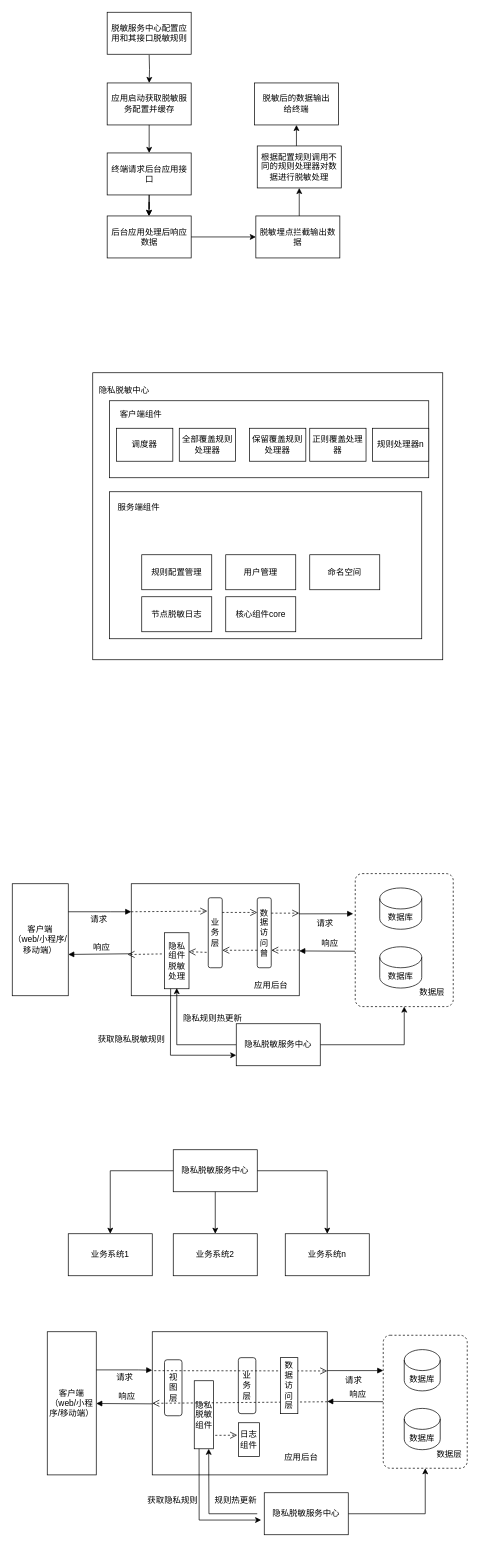
The draw.io diagram Untitled Diagram.drawio in chordcreater/chordcreater.github.io, before the edit. Source tidied: cells renumbered, new cells numbered last; positions are measured from the earlier drawing's top-left corner, leaving out a move shared by most shapes. Both pictures are drawn from the tidied source at 70%, with x=0, y=0 at pixel (12, 12).
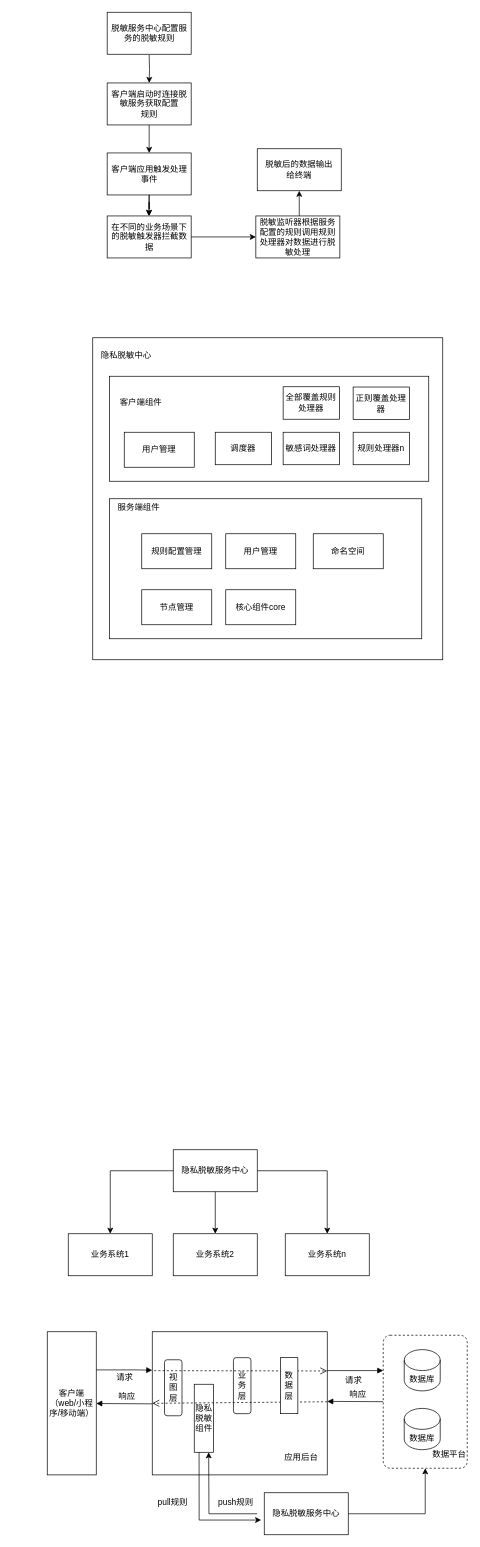
After the change.

Unchanged cells that the change refers to:
```xml
<mxCell id="82" style="group;" parent="1" vertex="1">
  <mxGeometry x="530" y="1890" width="120" height="190" as="geometry" />
</mxCell>
<mxCell id="87" style="endArrow=classic;html=1;rounded=0;fontFamily=Helvetica;fontSize=12;fontColor=default;entryX=-0.037;entryY=0.65;entryDx=0;entryDy=0;entryPerimeter=0;exitX=0.25;exitY=1;exitDx=0;exitDy=0;" parent="1" edge="1" source="4" target="93">
  <mxGeometry relative="1" as="geometry">
    <Array as="points">
      <mxPoint x="267" y="2154" />
    </Array>
  </mxGeometry>
</mxCell>
<mxCell id="91" style="endArrow=classic;html=1;rounded=0;fontFamily=Helvetica;fontSize=12;fontColor=default;entryX=0.75;entryY=1;entryDx=0;entryDy=0;" parent="1" edge="1" target="4">
  <mxGeometry relative="1" as="geometry">
    <mxPoint x="350" y="2145" as="sourcePoint" />
    <Array as="points">
      <mxPoint x="281" y="2145" />
    </Array>
  </mxGeometry>
</mxCell>
```

What changed in the source:
```diff
@@
     <mxCell id="4" value="隐私脱敏&lt;br style=&quot;border-color: var(--border-color);&quot;&gt;&lt;span style=&quot;border-color: var(--border-color);&quot;&gt;组件&lt;/span&gt;" style="rounded=0;whiteSpace=wrap;html=1;strokeColor=default;fontFamily=Helvetica;fontSize=12;fontColor=default;fillColor=default;" parent="1" vertex="1">
-      <mxGeometry x="260" y="1955" width="27.5" height="97.2" as="geometry" />
+      <mxGeometry x="260" y="1960" width="27.5" height="97.2" as="geometry" />
     </mxCell>
-    <mxCell id="5" style="rounded=0;whiteSpace=wrap;html=1;strokeColor=default;fontFamily=Helvetica;fontSize=12;fontColor=default;fillColor=default;" parent="1" vertex="1">
-      <mxGeometry x="170" y="1245" width="240" height="160" as="geometry" />
-    </mxCell>
     <mxCell id="6" style="rounded=0;whiteSpace=wrap;html=1;" parent="1" vertex="1">
-      <mxGeometry x="115" y="515" width="500" height="410" as="geometry" />
+      <mxGeometry x="115" y="465" width="500" height="460" as="geometry" />
     </mxCell>
-    <mxCell id="7" value="应用启动获取脱敏服务配置并缓存" style="rounded=0;whiteSpace=wrap;html=1;" parent="1" vertex="1">
+    <mxCell id="7" value="客户端启动时连接脱敏服务获取配置&lt;br&gt;规则" style="rounded=0;whiteSpace=wrap;html=1;" parent="1" vertex="1">
       <mxGeometry x="135.6" y="101" width="120" height="60" as="geometry" />
     </mxCell>
@@
-    <mxCell id="10" value="终端请求后台应用接口" style="rounded=0;whiteSpace=wrap;html=1;" parent="1" vertex="1">
+    <mxCell id="10" value="客户端应用触发处理事件" style="rounded=0;whiteSpace=wrap;html=1;" parent="1" vertex="1">
       <mxGeometry x="135.6" y="201" width="120" height="60" as="geometry" />
     </mxCell>
-    <mxCell id="11" value="后台应用处理后响应数据" style="rounded=0;whiteSpace=wrap;html=1;" parent="1" vertex="1">
+    <mxCell id="11" value="在不同的业务场景下的脱敏触发器拦截数据" style="rounded=0;whiteSpace=wrap;html=1;" parent="1" vertex="1">
       <mxGeometry x="135.6" y="291" width="120" height="60" as="geometry" />
     </mxCell>
-    <mxCell id="12" value="脱敏埋点拦截输出数据" style="rounded=0;whiteSpace=wrap;html=1;" parent="1" vertex="1">
+    <mxCell id="12" value="脱敏监听器根据服务配置的规则调用规则处理器对数据进行脱敏处理" style="rounded=0;whiteSpace=wrap;html=1;" parent="1" vertex="1">
       <mxGeometry x="348" y="291" width="120" height="60" as="geometry" />
     </mxCell>
-    <mxCell id="13" value="根据配置规则调用不同的规则处理器对数据进行脱敏处理" style="rounded=0;whiteSpace=wrap;html=1;" parent="1" vertex="1">
-      <mxGeometry x="350" y="191" width="120" height="60" as="geometry" />
-    </mxCell>
-    <mxCell id="14" value="脱敏后的数据输出&lt;br&gt;给终端" style="rounded=0;whiteSpace=wrap;html=1;" parent="1" vertex="1">
-      <mxGeometry x="346" y="101" width="120" height="60" as="geometry" />
-    </mxCell>
@@
-    <mxCell id="17" style="endArrow=classic;html=1;rounded=0;" parent="1" edge="1">
+    <mxCell id="17" style="endArrow=classic;html=1;rounded=0;entryX=0.5;entryY=1;entryDx=0;entryDy=0;" parent="1" edge="1" target="14">
       <mxGeometry relative="1" as="geometry">
         <mxPoint x="410" y="291" as="sourcePoint" />
-        <mxPoint x="410" y="251" as="targetPoint" />
       </mxGeometry>
     </mxCell>
-    <mxCell id="18" style="endArrow=classic;html=1;rounded=0;entryX=0.5;entryY=1;entryDx=0;entryDy=0;" parent="1" edge="1" target="14">
-      <mxGeometry relative="1" as="geometry">
-        <mxPoint x="406" y="191" as="sourcePoint" />
-      </mxGeometry>
-    </mxCell>
     <mxCell id="19" style="rounded=0;whiteSpace=wrap;html=1;" parent="1" vertex="1">
-      <mxGeometry x="139" y="685" width="446" height="210" as="geometry" />
+      <mxGeometry x="139" y="695" width="446" height="200" as="geometry" />
     </mxCell>
@@
     <mxCell id="21" style="group;" parent="1" vertex="1">
-      <mxGeometry x="139" y="555" width="456" height="110" as="geometry" />
+      <mxGeometry x="139" y="530" width="456" height="150" as="geometry" />
     </mxCell>
     <mxCell id="22" style="rounded=0;whiteSpace=wrap;html=1;" parent="21" vertex="1">
-      <mxGeometry width="456" height="110" as="geometry" />
+      <mxGeometry y="-10" width="456" height="150" as="geometry" />
     </mxCell>
     <mxCell id="23" value="客户端组件" style="text;html=1;strokeColor=none;fillColor=none;align=center;verticalAlign=middle;whiteSpace=wrap;rounded=0;" parent="21" vertex="1">
-      <mxGeometry x="-10" width="109.6" height="39.3" as="geometry" />
+      <mxGeometry x="-10" width="109.6" height="53.6" as="geometry" />
     </mxCell>
     <mxCell id="24" value="全部覆盖规则处理器" style="rounded=0;whiteSpace=wrap;html=1;" parent="21" vertex="1">
-      <mxGeometry x="99.6" y="39.3" width="80.4" height="47.1" as="geometry" />
+      <mxGeometry x="248" y="5" width="80.4" height="46.4" as="geometry" />
     </mxCell>
-    <mxCell id="25" value="保留覆盖规则处理器" style="rounded=0;whiteSpace=wrap;html=1;" parent="21" vertex="1">
-      <mxGeometry x="200" y="39.3" width="80.4" height="47.1" as="geometry" />
+    <mxCell id="25" value="敏感词处理器" style="rounded=0;whiteSpace=wrap;html=1;" parent="21" vertex="1">
+      <mxGeometry x="248" y="70" width="80.4" height="46.4" as="geometry" />
     </mxCell>
     <mxCell id="26" value="规则处理器n" style="rounded=0;whiteSpace=wrap;html=1;" parent="21" vertex="1">
-      <mxGeometry x="375.6" y="39.3" width="80.4" height="47.1" as="geometry" />
+      <mxGeometry x="348" y="70" width="80.4" height="46.4" as="geometry" />
     </mxCell>
     <mxCell id="27" value="调度器" style="rounded=0;whiteSpace=wrap;html=1;" parent="21" vertex="1">
-      <mxGeometry x="10" y="39.3" width="80.4" height="47.1" as="geometry" />
+      <mxGeometry x="151" y="70" width="80.4" height="46.4" as="geometry" />
     </mxCell>
     <mxCell id="28" value="正则覆盖处理器" style="rounded=0;whiteSpace=wrap;html=1;" parent="21" vertex="1">
-      <mxGeometry x="286" y="39.3" width="80.4" height="47.1" as="geometry" />
+      <mxGeometry x="348" y="5.4" width="80.4" height="46.4" as="geometry" />
     </mxCell>
+    <mxCell id="97" value="用户管理" style="rounded=0;whiteSpace=wrap;html=1;" parent="21" vertex="1">
+      <mxGeometry x="21" y="70" width="100" height="50" as="geometry" />
+    </mxCell>
     <mxCell id="29" value="规则配置管理" style="rounded=0;whiteSpace=wrap;html=1;" parent="1" vertex="1">
-      <mxGeometry x="185" y="775" width="100" height="50" as="geometry" />
+      <mxGeometry x="185" y="745" width="100" height="50" as="geometry" />
     </mxCell>
     <mxCell id="30" value="用户管理" style="rounded=0;whiteSpace=wrap;html=1;" parent="1" vertex="1">
-      <mxGeometry x="305" y="775" width="100" height="50" as="geometry" />
+      <mxGeometry x="305" y="745" width="100" height="50" as="geometry" />
     </mxCell>
     <mxCell id="31" value="命名空间" style="rounded=0;whiteSpace=wrap;html=1;" parent="1" vertex="1">
-      <mxGeometry x="425" y="775" width="100" height="50" as="geometry" />
+      <mxGeometry x="430" y="745" width="100" height="50" as="geometry" />
     </mxCell>
     <mxCell id="32" value="隐私脱敏中心" style="text;html=1;strokeColor=none;fillColor=none;align=center;verticalAlign=middle;whiteSpace=wrap;rounded=0;" parent="1" vertex="1">
-      <mxGeometry x="105" y="515" width="109.6" height="50" as="geometry" />
+      <mxGeometry x="107.9" y="465" width="109.6" height="50" as="geometry" />
     </mxCell>
     <mxCell id="33" value="核心组件core" style="rounded=0;whiteSpace=wrap;html=1;" parent="1" vertex="1">
-      <mxGeometry x="305" y="835" width="100" height="50" as="geometry" />
+      <mxGeometry x="305" y="825" width="100" height="50" as="geometry" />
     </mxCell>
-    <mxCell id="34" value="节点脱敏日志" style="rounded=0;whiteSpace=wrap;html=1;" parent="1" vertex="1">
-      <mxGeometry x="185" y="835" width="100" height="50" as="geometry" />
+    <mxCell id="34" value="节点管理" style="rounded=0;whiteSpace=wrap;html=1;" parent="1" vertex="1">
+      <mxGeometry x="185" y="825" width="100" height="50" as="geometry" />
     </mxCell>
-    <mxCell id="35" value="脱敏服务中心配置应用和其接口脱敏规则" style="rounded=0;whiteSpace=wrap;html=1;" parent="1" vertex="1">
+    <mxCell id="35" value="脱敏服务中心配置服务的脱敏规则" style="rounded=0;whiteSpace=wrap;html=1;" parent="1" vertex="1">
       <mxGeometry x="135.6" width="120" height="60" as="geometry" />
     </mxCell>
@@
-    <mxCell id="37" value="应用后台" style="text;html=1;strokeColor=none;fillColor=none;align=center;verticalAlign=middle;whiteSpace=wrap;rounded=0;fontSize=12;fontFamily=Helvetica;fontColor=default;" parent="1" vertex="1">
-      <mxGeometry x="340" y="1375" width="60" height="30" as="geometry" />
-    </mxCell>
-    <mxCell id="38" style="endArrow=classic;html=1;rounded=0;fontFamily=Helvetica;fontSize=12;fontColor=default;exitX=1;exitY=0.5;exitDx=0;exitDy=0;entryX=0.5;entryY=1;entryDx=0;entryDy=0;" parent="1" edge="1" source="63" target="47">
-      <mxGeometry relative="1" as="geometry">
-        <Array as="points">
-          <mxPoint x="560" y="1475" />
-        </Array>
-      </mxGeometry>
-    </mxCell>
-    <mxCell id="39" value="业务层" style="rounded=1;whiteSpace=wrap;html=1;strokeColor=default;fontFamily=Helvetica;fontSize=12;fontColor=default;fillColor=default;" parent="1" vertex="1">
-      <mxGeometry x="280" y="1265" width="20" height="100" as="geometry" />
-    </mxCell>
-    <mxCell id="40" value="客户端&lt;br&gt;（web/小程序/移动端）" style="rounded=0;whiteSpace=wrap;html=1;strokeColor=default;fontFamily=Helvetica;fontSize=12;fontColor=default;fillColor=default;" parent="1" vertex="1">
-      <mxGeometry y="1245" width="80" height="160" as="geometry" />
-    </mxCell>
-    <mxCell id="41" value="请求" style="html=1;verticalAlign=bottom;labelBackgroundColor=none;endArrow=block;endFill=1;endSize=6;align=left;rounded=0;fontFamily=Helvetica;fontSize=12;fontColor=default;exitX=1;exitY=0.25;exitDx=0;exitDy=0;" parent="1" edge="1" source="40">
-      <mxGeometry x="-0.33" y="-20" relative="1" as="geometry">
-        <mxPoint x="170" y="1285" as="targetPoint" />
-        <Array as="points">
-          <mxPoint x="140" y="1285" />
-        </Array>
-      </mxGeometry>
-    </mxCell>
-    <mxCell id="42" value="请求" style="html=1;verticalAlign=bottom;labelBackgroundColor=none;endArrow=block;endFill=1;endSize=6;align=left;rounded=0;fontFamily=Helvetica;fontSize=12;fontColor=default;entryX=-0.021;entryY=0.302;entryDx=0;entryDy=0;entryPerimeter=0;" parent="1" edge="1" target="47">
-      <mxGeometry x="-0.4" y="-23" relative="1" as="geometry">
-        <mxPoint x="410" y="1288" as="sourcePoint" />
-      </mxGeometry>
-    </mxCell>
-    <mxCell id="43" value="响应" style="html=1;verticalAlign=bottom;labelBackgroundColor=none;endArrow=block;endFill=1;endSize=6;align=left;rounded=0;fontFamily=Helvetica;fontSize=12;fontColor=default;exitX=-0.002;exitY=0.652;exitDx=0;exitDy=0;exitPerimeter=0;" parent="1" edge="1">
-      <mxGeometry x="0.25" y="-1" relative="1" as="geometry">
-        <mxPoint x="489.7" y="1341.4" as="sourcePoint" />
-        <mxPoint x="410" y="1341" as="targetPoint" />
-      </mxGeometry>
-    </mxCell>
-    <mxCell id="44" value="响应" style="html=1;verticalAlign=bottom;labelBackgroundColor=none;endArrow=block;endFill=1;endSize=6;align=left;rounded=0;fontFamily=Helvetica;fontSize=12;fontColor=default;" parent="1" edge="1">
-      <mxGeometry x="0.25" y="-1" relative="1" as="geometry">
-        <mxPoint x="170" y="1345" as="sourcePoint" />
-        <mxPoint x="80" y="1346" as="targetPoint" />
-      </mxGeometry>
-    </mxCell>
-    <mxCell id="45" value="隐私组件脱敏处理" style="rounded=0;whiteSpace=wrap;html=1;strokeColor=default;fontFamily=Helvetica;fontSize=12;fontColor=default;fillColor=default;" parent="1" vertex="1">
-      <mxGeometry x="217.5" y="1315" width="35" height="80" as="geometry" />
-    </mxCell>
-    <mxCell id="46" style="group;" parent="1" vertex="1">
-      <mxGeometry x="490" y="1230.5" width="140" height="190" as="geometry" />
-    </mxCell>
-    <mxCell id="47" style="html=1;align=center;verticalAlign=top;rounded=1;absoluteArcSize=1;arcSize=20;dashed=1;whiteSpace=wrap;strokeColor=default;fontFamily=Helvetica;fontSize=12;fontColor=default;fillColor=default;" parent="46" vertex="1">
-      <mxGeometry width="140" height="190" as="geometry" />
-    </mxCell>
-    <mxCell id="48" value="数据库" style="shape=cylinder3;whiteSpace=wrap;html=1;boundedLbl=1;backgroundOutline=1;size=15;rounded=0;strokeColor=default;fontFamily=Helvetica;fontSize=12;fontColor=default;fillColor=default;" parent="46" vertex="1">
-      <mxGeometry x="35" y="104.5" width="60" height="59" as="geometry" />
-    </mxCell>
-    <mxCell id="49" value="数据库" style="shape=cylinder3;whiteSpace=wrap;html=1;boundedLbl=1;backgroundOutline=1;size=15;rounded=0;strokeColor=default;fontFamily=Helvetica;fontSize=12;fontColor=default;fillColor=default;" parent="46" vertex="1">
-      <mxGeometry x="35" y="20.5" width="60" height="59" as="geometry" />
-    </mxCell>
-    <mxCell id="50" value="数据层" style="text;html=1;strokeColor=none;fillColor=none;align=center;verticalAlign=middle;whiteSpace=wrap;rounded=0;fontSize=12;fontFamily=Helvetica;fontColor=default;" parent="46" vertex="1">
-      <mxGeometry x="80" y="154.5" width="60" height="30" as="geometry" />
-    </mxCell>
-    <mxCell id="51" value="数据访问曾" style="rounded=1;whiteSpace=wrap;html=1;strokeColor=default;fontFamily=Helvetica;fontSize=12;fontColor=default;fillColor=default;" parent="1" vertex="1">
-      <mxGeometry x="350" y="1265" width="20" height="100" as="geometry" />
-    </mxCell>
-    <mxCell id="52" style="endArrow=classic;html=1;rounded=0;fontFamily=Helvetica;fontSize=12;fontColor=default;exitX=0.25;exitY=1;exitDx=0;exitDy=0;entryX=0;entryY=0.75;entryDx=0;entryDy=0;" parent="1" edge="1" source="45">
-      <mxGeometry relative="1" as="geometry">
-        <mxPoint x="320" y="1490" as="targetPoint" />
-        <Array as="points">
-          <mxPoint x="226" y="1490" />
-        </Array>
-      </mxGeometry>
-    </mxCell>
-    <mxCell id="53" value="获取隐私脱敏规则" style="edgeLabel;html=1;align=center;verticalAlign=middle;rounded=0;strokeColor=default;fontFamily=Helvetica;fontSize=12;fontColor=default;fillColor=default;" parent="52" vertex="1">
-      <mxGeometry relative="1" as="geometry">
-        <mxPoint x="-56" y="-24" as="offset" />
-      </mxGeometry>
-    </mxCell>
-    <mxCell id="54" style="endArrow=open;startArrow=none;endFill=0;startFill=0;endSize=8;html=1;verticalAlign=bottom;dashed=1;labelBackgroundColor=none;rounded=0;fontFamily=Helvetica;fontSize=12;fontColor=default;exitX=1;exitY=0.25;exitDx=0;exitDy=0;entryX=0;entryY=0.25;entryDx=0;entryDy=0;" parent="1" edge="1">
-      <mxGeometry relative="1" as="geometry">
-        <mxPoint x="300" y="1286" as="sourcePoint" />
-        <mxPoint x="350" y="1286" as="targetPoint" />
-      </mxGeometry>
-    </mxCell>
-    <mxCell id="55" style="endArrow=open;startArrow=none;endFill=0;startFill=0;endSize=8;html=1;verticalAlign=bottom;dashed=1;labelBackgroundColor=none;rounded=0;fontFamily=Helvetica;fontSize=12;fontColor=default;exitX=1;exitY=0.25;exitDx=0;exitDy=0;" parent="1" edge="1">
-      <mxGeometry relative="1" as="geometry">
-        <mxPoint x="370" y="1287" as="sourcePoint" />
-        <mxPoint x="410" y="1287" as="targetPoint" />
-      </mxGeometry>
-    </mxCell>
-    <mxCell id="56" style="endArrow=open;startArrow=none;endFill=0;startFill=0;endSize=8;html=1;verticalAlign=bottom;dashed=1;labelBackgroundColor=none;rounded=0;fontFamily=Helvetica;fontSize=12;fontColor=default;entryX=1;entryY=0.75;entryDx=0;entryDy=0;exitX=0;exitY=0.75;exitDx=0;exitDy=0;" parent="1" edge="1" source="51" target="39">
-      <mxGeometry relative="1" as="geometry" />
-    </mxCell>
-    <mxCell id="57" style="endArrow=open;startArrow=none;endFill=0;startFill=0;endSize=8;html=1;verticalAlign=bottom;dashed=1;labelBackgroundColor=none;rounded=0;fontFamily=Helvetica;fontSize=12;fontColor=default;exitX=-0.113;exitY=0.83;exitDx=0;exitDy=0;exitPerimeter=0;entryX=0.981;entryY=0.401;entryDx=0;entryDy=0;entryPerimeter=0;" parent="1" edge="1">
-      <mxGeometry relative="1" as="geometry">
-        <mxPoint x="277.7" y="1343" as="sourcePoint" />
-        <mxPoint x="251.8" y="1342.1" as="targetPoint" />
-      </mxGeometry>
-    </mxCell>
-    <mxCell id="58" style="endArrow=open;startArrow=none;endFill=0;startFill=0;endSize=8;html=1;verticalAlign=bottom;dashed=1;labelBackgroundColor=none;rounded=0;fontFamily=Helvetica;fontSize=12;fontColor=default;exitX=-0.108;exitY=0.378;exitDx=0;exitDy=0;exitPerimeter=0;entryX=-0.022;entryY=0.632;entryDx=0;entryDy=0;entryPerimeter=0;" parent="1" edge="1" source="45" target="5">
-      <mxGeometry relative="1" as="geometry" />
-    </mxCell>
-    <mxCell id="59" style="endArrow=open;startArrow=none;endFill=0;startFill=0;endSize=8;html=1;verticalAlign=bottom;dashed=1;labelBackgroundColor=none;rounded=0;fontFamily=Helvetica;fontSize=12;fontColor=default;entryX=1;entryY=0.75;entryDx=0;entryDy=0;exitX=1.001;exitY=0.592;exitDx=0;exitDy=0;exitPerimeter=0;" parent="1" edge="1" source="5" target="51">
-      <mxGeometry relative="1" as="geometry" />
-    </mxCell>
-    <mxCell id="60" style="endArrow=open;startArrow=none;endFill=0;startFill=0;endSize=8;html=1;verticalAlign=bottom;dashed=1;labelBackgroundColor=none;rounded=0;fontFamily=Helvetica;fontSize=12;fontColor=default;exitX=0;exitY=0.25;exitDx=0;exitDy=0;entryX=-0.067;entryY=0.191;entryDx=0;entryDy=0;entryPerimeter=0;" parent="1" edge="1" source="5" target="39">
-      <mxGeometry relative="1" as="geometry" />
-    </mxCell>
-    <mxCell id="61" style="endArrow=classic;html=1;rounded=0;fontFamily=Helvetica;fontSize=12;fontColor=default;exitX=0;exitY=0.5;exitDx=0;exitDy=0;entryX=0.5;entryY=1;entryDx=0;entryDy=0;" parent="1" edge="1">
-      <mxGeometry relative="1" as="geometry">
-        <mxPoint x="320" y="1475" as="sourcePoint" />
-        <mxPoint x="235" y="1394" as="targetPoint" />
-        <Array as="points">
-          <mxPoint x="235" y="1475" />
-        </Array>
-      </mxGeometry>
-    </mxCell>
-    <mxCell id="62" value="隐私规则热更新" style="edgeLabel;html=1;align=center;verticalAlign=middle;rounded=0;strokeColor=default;fontFamily=Helvetica;fontSize=12;fontColor=default;fillColor=default;" parent="61" vertex="1">
-      <mxGeometry relative="1" as="geometry">
-        <mxPoint x="48" y="-39" as="offset" />
-      </mxGeometry>
-    </mxCell>
-    <mxCell id="63" value="隐私脱敏服务中心" style="rounded=0;whiteSpace=wrap;html=1;strokeColor=default;fontFamily=Helvetica;fontSize=12;fontColor=default;fillColor=default;" parent="1" vertex="1">
-      <mxGeometry x="320" y="1445" width="120" height="60" as="geometry" />
-    </mxCell>
@@
     <mxCell id="76" value="业务层" style="rounded=1;whiteSpace=wrap;html=1;strokeColor=default;fontFamily=Helvetica;fontSize=12;fontColor=default;fillColor=default;" parent="1" vertex="1">
-      <mxGeometry x="323" y="1922" width="25" height="80" as="geometry" />
+      <mxGeometry x="316" y="1922" width="25" height="80" as="geometry" />
     </mxCell>
@@
-    <mxCell id="86" value="数据层" style="text;html=1;strokeColor=none;fillColor=none;align=center;verticalAlign=middle;whiteSpace=wrap;rounded=0;fontSize=12;fontFamily=Helvetica;fontColor=default;" parent="82" vertex="1">
+    <mxCell id="86" value="数据平台" style="text;html=1;strokeColor=none;fillColor=none;align=center;verticalAlign=middle;whiteSpace=wrap;rounded=0;fontSize=12;fontFamily=Helvetica;fontColor=default;" parent="82" vertex="1">
       <mxGeometry x="68.6" y="154.5" width="51.4" height="30" as="geometry" />
     </mxCell>
@@
-    <mxCell id="88" value="获取隐私规则" style="edgeLabel;html=1;align=center;verticalAlign=middle;rounded=0;strokeColor=default;fontFamily=Helvetica;fontSize=12;fontColor=default;fillColor=default;" parent="87" vertex="1">
+    <mxCell id="88" value="pull规则" style="edgeLabel;html=1;align=center;verticalAlign=middle;rounded=0;strokeColor=default;fontFamily=Helvetica;fontSize=12;fontColor=default;fillColor=default;" parent="87" vertex="1">
       <mxGeometry relative="1" as="geometry">
         <mxPoint x="-38" y="-22" as="offset" />
       </mxGeometry>
     </mxCell>
@@
-    <mxCell id="92" value="规则热更新" style="edgeLabel;html=1;align=center;verticalAlign=middle;rounded=0;strokeColor=default;fontFamily=Helvetica;fontSize=12;fontColor=default;fillColor=default;" parent="91" vertex="1">
+    <mxCell id="92" value="push规则" style="edgeLabel;html=1;align=center;verticalAlign=middle;rounded=0;strokeColor=default;fontFamily=Helvetica;fontSize=12;fontColor=default;fillColor=default;" parent="91" vertex="1">
       <mxGeometry relative="1" as="geometry">
         <mxPoint x="38" y="-8" as="offset" />
       </mxGeometry>
     </mxCell>
@@
-    <mxCell id="94" value="日志组件" style="rounded=0;whiteSpace=wrap;html=1;strokeColor=default;fontFamily=Helvetica;fontSize=12;fontColor=default;fillColor=default;" parent="1" vertex="1">
-      <mxGeometry x="323" y="2015" width="30" height="48" as="geometry" />
-    </mxCell>
-    <mxCell id="95" value="数据访问层" style="rounded=0;whiteSpace=wrap;html=1;strokeColor=default;fontFamily=Helvetica;fontSize=12;fontColor=default;fillColor=default;" parent="1" vertex="1">
+    <mxCell id="95" value="数据层" style="rounded=0;whiteSpace=wrap;html=1;strokeColor=default;fontFamily=Helvetica;fontSize=12;fontColor=default;fillColor=default;" parent="1" vertex="1">
       <mxGeometry x="383" y="1922" width="25" height="80" as="geometry" />
     </mxCell>
-    <mxCell id="96" style="endArrow=open;startArrow=none;endFill=0;startFill=0;endSize=8;html=1;verticalAlign=bottom;dashed=1;labelBackgroundColor=none;rounded=0;fontFamily=Helvetica;fontSize=12;fontColor=default;entryX=-0.055;entryY=0.37;entryDx=0;entryDy=0;entryPerimeter=0;" parent="1" edge="1" target="94">
-      <mxGeometry relative="1" as="geometry">
-        <mxPoint x="290" y="2033" as="sourcePoint" />
-      </mxGeometry>
-    </mxCell>
+    <mxCell id="14" value="脱敏后的数据输出&lt;br&gt;给终端" style="rounded=0;whiteSpace=wrap;html=1;" parent="1" vertex="1">
+      <mxGeometry x="350" y="195" width="120" height="60" as="geometry" />
+    </mxCell>
```
